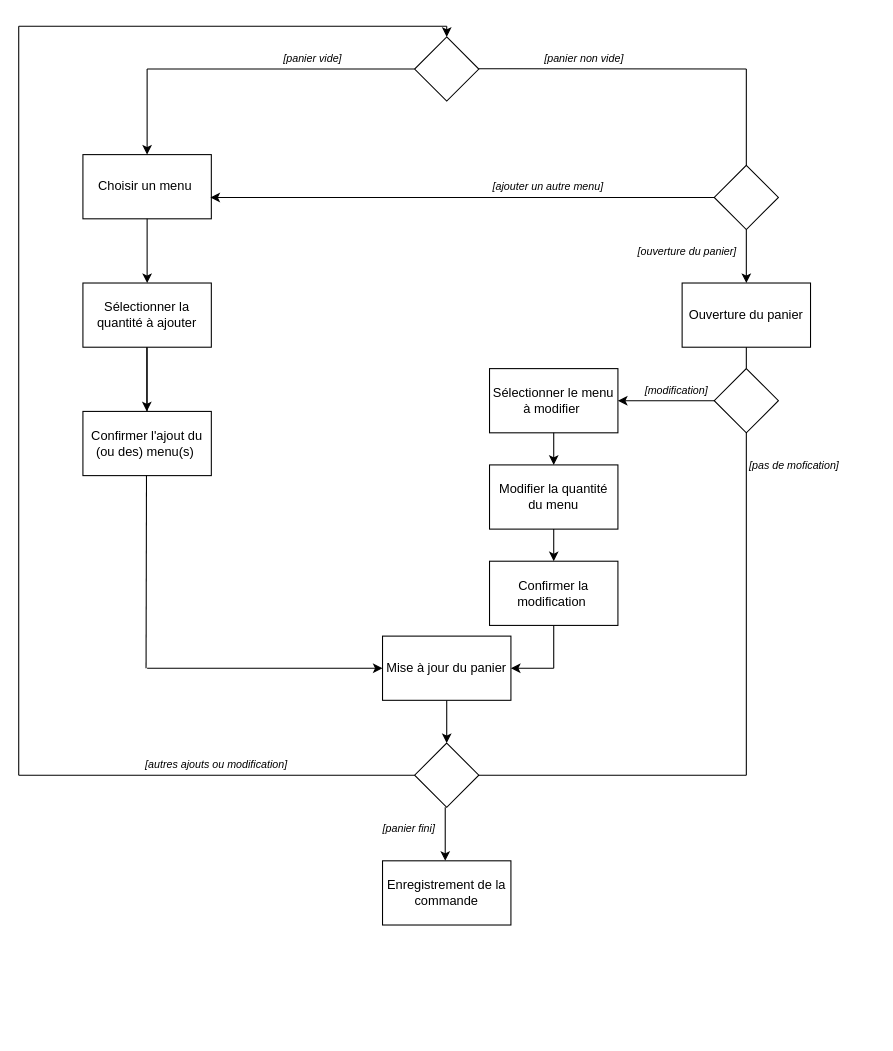
This is diagrammes/diagramme_activite_commande.drawio from TheAIWizard/Ensaeats, a draw.io file, before an edit. Source tidied: cells renumbered, new cells numbered last; positions are measured from the earlier drawing's top-left corner, leaving out a move shared by most shapes. Both pictures are drawn from the tidied source at 107%, with x=0, y=0 at pixel (18, 26).
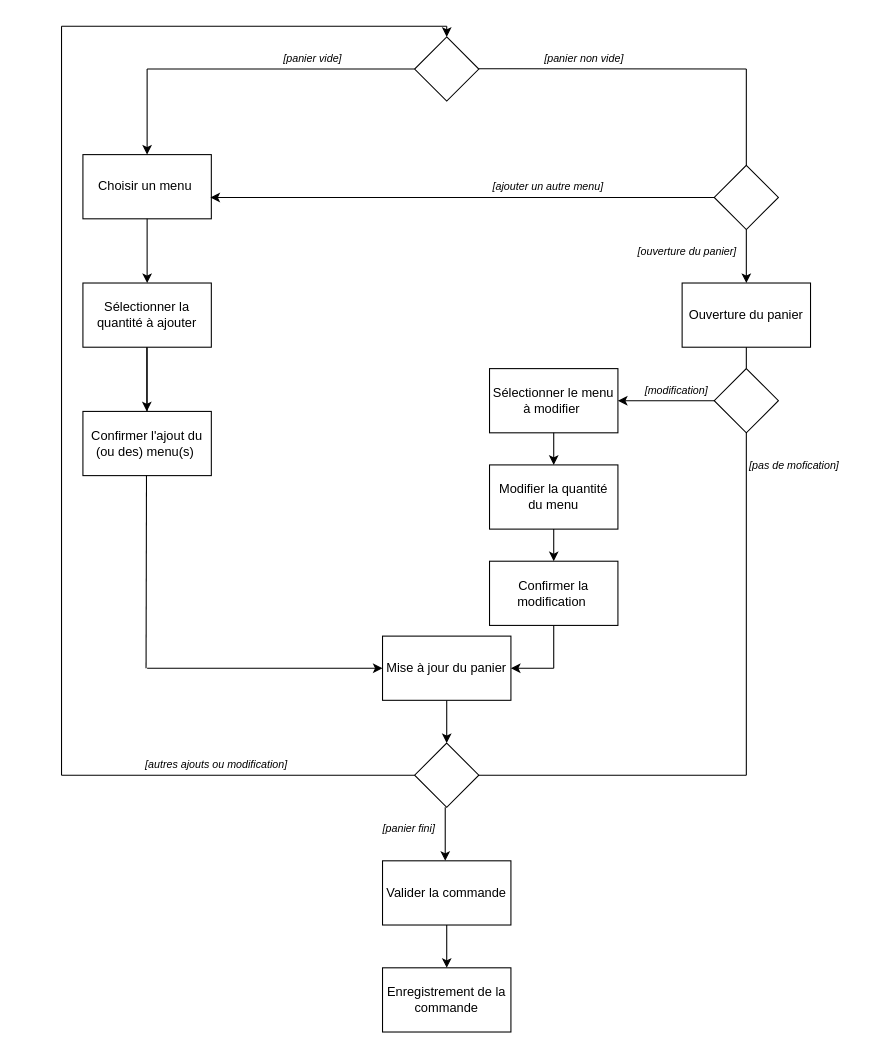
The same diagram, later.

Diff of the diagram source:
```diff
@@
     <mxCell id="29" style="endArrow=none;html=1;" parent="1" edge="1">
       <mxGeometry relative="1" as="geometry">
-        <mxPoint y="700" as="sourcePoint" />
+        <mxPoint x="40" y="700" as="sourcePoint" />
         <mxPoint x="370" y="700" as="targetPoint" />
       </mxGeometry>
     </mxCell>
@@
     <mxCell id="31" style="endArrow=none;html=1;" parent="1" edge="1">
       <mxGeometry relative="1" as="geometry">
-        <mxPoint y="700" as="sourcePoint" />
-        <mxPoint as="targetPoint" />
+        <mxPoint x="40" y="700" as="sourcePoint" />
+        <mxPoint x="40" as="targetPoint" />
       </mxGeometry>
     </mxCell>
     <mxCell id="32" style="endArrow=none;html=1;" parent="1" edge="1">
       <mxGeometry relative="1" as="geometry">
         <mxPoint x="400" as="sourcePoint" />
-        <mxPoint as="targetPoint" />
+        <mxPoint x="40" as="targetPoint" />
       </mxGeometry>
     </mxCell>
@@
-    <mxCell id="35" value="Enregistrement de la commande" style="rounded=0;whiteSpace=wrap;html=1;sketch=0;" parent="1" vertex="1">
+    <mxCell id="35" value="Valider la commande" style="rounded=0;whiteSpace=wrap;html=1;sketch=0;" parent="1" vertex="1">
       <mxGeometry x="340" y="780" width="120" height="60" as="geometry" />
     </mxCell>
@@
+    <mxCell id="49" value="Enregistrement de la commande" style="rounded=0;whiteSpace=wrap;html=1;sketch=0;" parent="1" vertex="1">
+      <mxGeometry x="340" y="880" width="120" height="60" as="geometry" />
+    </mxCell>
+    <mxCell id="50" style="endArrow=classic;html=1;exitX=0.5;exitY=1;exitDx=0;exitDy=0;entryX=0.5;entryY=0;entryDx=0;entryDy=0;" parent="1" edge="1" source="35" target="49">
+      <mxGeometry relative="1" as="geometry" />
+    </mxCell>
```
